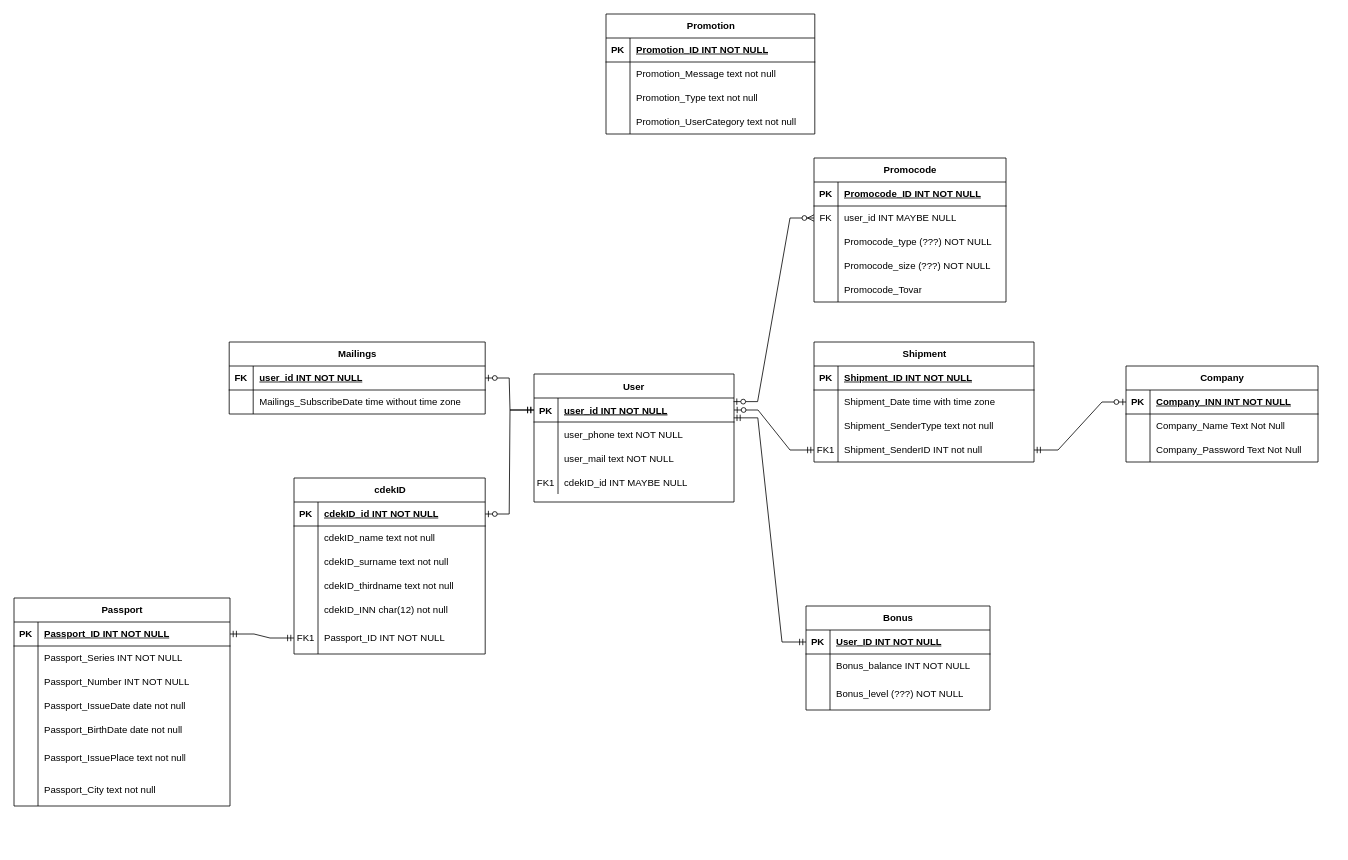
krbyhome/UMLdiagrams keeps this draw.io diagram as CDEK ER.drawio. Above is the earlier version. Source tidied: cells renumbered, new cells numbered last; positions are measured from the earlier drawing's top-left corner, leaving out a move shared by most shapes. Both pictures are drawn from the tidied source at 80%, with x=0, y=0 at pixel (14, 14).
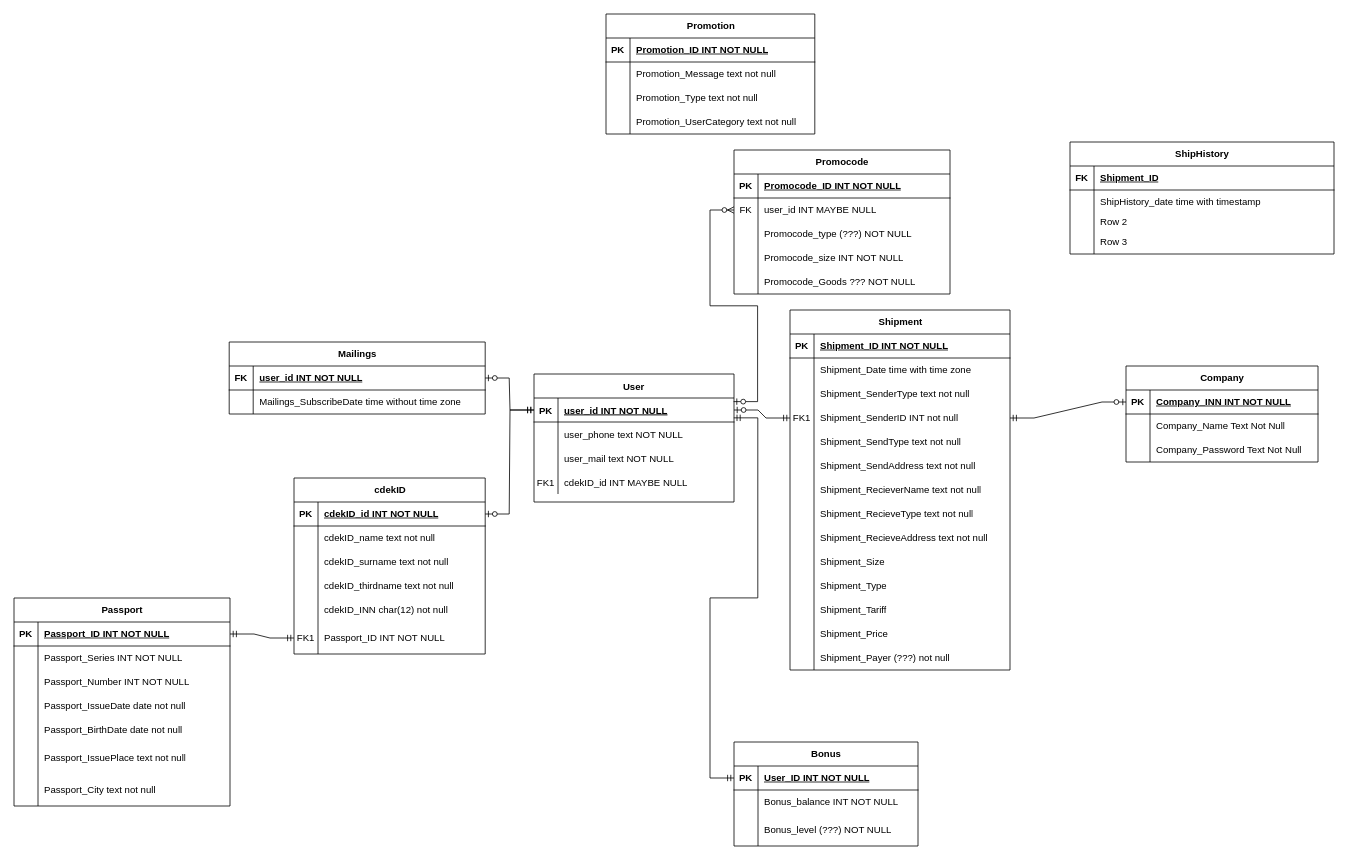
The same diagram, later.

The change refers to these unchanged cells:
```xml
<mxCell id="3" style="shape=partialRectangle;fillColor=none;points=[[0,0.5],[1,0.5]];portConstraint=eastwest;top=0;left=0;right=0;bottom=1;" parent="2" vertex="1">
  <mxGeometry y="30" width="250" height="30" as="geometry" />
</mxCell>
<mxCell id="58" style="shape=tableRow;horizontal=0;startSize=0;swimlaneHead=0;swimlaneBody=0;fillColor=none;points=[[0,0.5],[1,0.5]];portConstraint=eastwest;top=0;left=0;right=0;bottom=1;" parent="57" vertex="1">
  <mxGeometry y="30" width="240" height="30" as="geometry" />
</mxCell>
<mxCell id="127" style="shape=tableRow;horizontal=0;startSize=0;swimlaneHead=0;swimlaneBody=0;fillColor=none;points=[[0,0.5],[1,0.5]];portConstraint=eastwest;top=0;left=0;right=0;bottom=0;" parent="117" vertex="1">
  <mxGeometry y="120" width="275" height="30" as="geometry" />
</mxCell>
```

The edit, as a diff of the source:
```diff
@@
     <mxCell id="87" value="Promocode" style="shape=table;startSize=30;childLayout=tableLayout;rowLines=0;fontStyle=1;align=center;html=1;" parent="1" vertex="1">
-      <mxGeometry x="1000" y="180" width="240" height="180" as="geometry" />
+      <mxGeometry x="900" y="170" width="270" height="180" as="geometry" />
     </mxCell>
     <mxCell id="88" style="shape=tableRow;horizontal=0;startSize=0;swimlaneHead=0;swimlaneBody=0;fillColor=none;top=0;left=0;right=0;bottom=1;" parent="87" vertex="1">
-      <mxGeometry y="30" width="240" height="30" as="geometry" />
+      <mxGeometry y="30" width="270" height="30" as="geometry" />
     </mxCell>
@@
     <mxCell id="90" value="Promocode_ID INT NOT NULL" style="shape=partialRectangle;fillColor=none;top=0;left=0;bottom=0;right=0;align=left;spacingLeft=6;fontStyle=5;overflow=hidden;whiteSpace=wrap;html=1;" parent="88" vertex="1">
-      <mxGeometry x="30" width="210" height="30" as="geometry" />
+      <mxGeometry x="30" width="240" height="30" as="geometry" />
     </mxCell>
     <mxCell id="91" style="shape=tableRow;horizontal=0;startSize=0;swimlaneHead=0;swimlaneBody=0;fillColor=none;points=[[0,0.5],[1,0.5]];portConstraint=eastwest;top=0;left=0;right=0;bottom=0;" parent="87" vertex="1">
-      <mxGeometry y="60" width="240" height="30" as="geometry" />
+      <mxGeometry y="60" width="270" height="30" as="geometry" />
     </mxCell>
@@
     <mxCell id="93" value="user_id INT MAYBE NULL" style="shape=partialRectangle;fillColor=none;top=0;left=0;bottom=0;right=0;align=left;spacingLeft=6;overflow=hidden;whiteSpace=wrap;html=1;" parent="91" vertex="1">
-      <mxGeometry x="30" width="210" height="30" as="geometry" />
+      <mxGeometry x="30" width="240" height="30" as="geometry" />
     </mxCell>
     <mxCell id="94" style="shape=tableRow;horizontal=0;startSize=0;swimlaneHead=0;swimlaneBody=0;fillColor=none;top=0;left=0;right=0;bottom=0;" parent="87" vertex="1">
-      <mxGeometry y="90" width="240" height="30" as="geometry" />
+      <mxGeometry y="90" width="270" height="30" as="geometry" />
     </mxCell>
@@
     <mxCell id="96" value="Promocode_type (???) NOT NULL" style="shape=partialRectangle;fillColor=none;top=0;left=0;bottom=0;right=0;align=left;spacingLeft=6;overflow=hidden;whiteSpace=wrap;html=1;" parent="94" vertex="1">
-      <mxGeometry x="30" width="210" height="30" as="geometry" />
+      <mxGeometry x="30" width="240" height="30" as="geometry" />
     </mxCell>
     <mxCell id="97" style="shape=tableRow;horizontal=0;startSize=0;swimlaneHead=0;swimlaneBody=0;fillColor=none;top=0;left=0;right=0;bottom=0;" parent="87" vertex="1">
-      <mxGeometry y="120" width="240" height="30" as="geometry" />
+      <mxGeometry y="120" width="270" height="30" as="geometry" />
     </mxCell>
@@
-    <mxCell id="99" value="Promocode_size (???) NOT NULL" style="shape=partialRectangle;fillColor=none;top=0;left=0;bottom=0;right=0;align=left;spacingLeft=6;overflow=hidden;whiteSpace=wrap;html=1;" parent="97" vertex="1">
-      <mxGeometry x="30" width="210" height="30" as="geometry" />
+    <mxCell id="99" value="Promocode_size INT NOT NULL" style="shape=partialRectangle;fillColor=none;top=0;left=0;bottom=0;right=0;align=left;spacingLeft=6;overflow=hidden;whiteSpace=wrap;html=1;" parent="97" vertex="1">
+      <mxGeometry x="30" width="240" height="30" as="geometry" />
     </mxCell>
     <mxCell id="100" style="shape=tableRow;horizontal=0;startSize=0;swimlaneHead=0;swimlaneBody=0;fillColor=none;top=0;left=0;right=0;bottom=0;" parent="87" vertex="1">
-      <mxGeometry y="150" width="240" height="30" as="geometry" />
+      <mxGeometry y="150" width="270" height="30" as="geometry" />
     </mxCell>
@@
-    <mxCell id="102" value="Promocode_Tovar" style="shape=partialRectangle;fillColor=none;top=0;left=0;bottom=0;right=0;align=left;spacingLeft=6;overflow=hidden;whiteSpace=wrap;html=1;" parent="100" vertex="1">
-      <mxGeometry x="30" width="210" height="30" as="geometry" />
+    <mxCell id="102" value="Promocode_Goods ??? NOT NULL" style="shape=partialRectangle;fillColor=none;top=0;left=0;bottom=0;right=0;align=left;spacingLeft=6;overflow=hidden;whiteSpace=wrap;html=1;" parent="100" vertex="1">
+      <mxGeometry x="30" width="240" height="30" as="geometry" />
     </mxCell>
@@
     <mxCell id="104" value="Bonus" style="shape=table;startSize=30;childLayout=tableLayout;rowLines=0;fontStyle=1;align=center;html=1;" parent="1" vertex="1">
-      <mxGeometry x="990" y="740" width="230" height="130" as="geometry" />
+      <mxGeometry x="900" y="910" width="230" height="130" as="geometry" />
     </mxCell>
@@
     <mxCell id="117" value="Shipment" style="shape=table;startSize=30;childLayout=tableLayout;rowLines=0;fontStyle=1;align=center;html=1;" parent="1" vertex="1">
-      <mxGeometry x="1000" y="410" width="275" height="150" as="geometry" />
+      <mxGeometry x="970" y="370" width="275" height="450" as="geometry" />
     </mxCell>
@@
+    <mxCell id="132" style="shape=tableRow;horizontal=0;startSize=0;swimlaneHead=0;swimlaneBody=0;fillColor=none;top=0;left=0;right=0;bottom=0;" parent="117" vertex="1">
+      <mxGeometry y="150" width="275" height="30" as="geometry" />
+    </mxCell>
+    <mxCell id="133" style="shape=partialRectangle;fillColor=none;top=0;left=0;bottom=0;right=0;overflow=hidden;whiteSpace=wrap;html=1;" parent="132" vertex="1">
+      <mxGeometry width="30" height="30" as="geometry" />
+    </mxCell>
+    <mxCell id="134" value="Shipment_SendType text not null" style="shape=partialRectangle;fillColor=none;top=0;left=0;bottom=0;right=0;align=left;spacingLeft=6;overflow=hidden;whiteSpace=wrap;html=1;" parent="132" vertex="1">
+      <mxGeometry x="30" width="245" height="30" as="geometry" />
+    </mxCell>
+    <mxCell id="135" style="shape=tableRow;horizontal=0;startSize=0;swimlaneHead=0;swimlaneBody=0;fillColor=none;top=0;left=0;right=0;bottom=0;" parent="117" vertex="1">
+      <mxGeometry y="180" width="275" height="30" as="geometry" />
+    </mxCell>
+    <mxCell id="136" style="shape=partialRectangle;fillColor=none;top=0;left=0;bottom=0;right=0;overflow=hidden;whiteSpace=wrap;html=1;" parent="135" vertex="1">
+      <mxGeometry width="30" height="30" as="geometry" />
+    </mxCell>
+    <mxCell id="137" value="Shipment_SendAddress text not null" style="shape=partialRectangle;fillColor=none;top=0;left=0;bottom=0;right=0;align=left;spacingLeft=6;overflow=hidden;whiteSpace=wrap;html=1;" parent="135" vertex="1">
+      <mxGeometry x="30" width="245" height="30" as="geometry" />
+    </mxCell>
+    <mxCell id="138" style="shape=tableRow;horizontal=0;startSize=0;swimlaneHead=0;swimlaneBody=0;fillColor=none;top=0;left=0;right=0;bottom=0;" parent="117" vertex="1">
+      <mxGeometry y="210" width="275" height="30" as="geometry" />
+    </mxCell>
+    <mxCell id="139" style="shape=partialRectangle;fillColor=none;top=0;left=0;bottom=0;right=0;overflow=hidden;whiteSpace=wrap;html=1;" parent="138" vertex="1">
+      <mxGeometry width="30" height="30" as="geometry" />
+    </mxCell>
+    <mxCell id="140" value="Shipment_RecieverName text not null" style="shape=partialRectangle;fillColor=none;top=0;left=0;bottom=0;right=0;align=left;spacingLeft=6;overflow=hidden;whiteSpace=wrap;html=1;" parent="138" vertex="1">
+      <mxGeometry x="30" width="245" height="30" as="geometry" />
+    </mxCell>
+    <mxCell id="141" style="shape=tableRow;horizontal=0;startSize=0;swimlaneHead=0;swimlaneBody=0;fillColor=none;top=0;left=0;right=0;bottom=0;" parent="117" vertex="1">
+      <mxGeometry y="240" width="275" height="30" as="geometry" />
+    </mxCell>
+    <mxCell id="142" style="shape=partialRectangle;fillColor=none;top=0;left=0;bottom=0;right=0;overflow=hidden;whiteSpace=wrap;html=1;" parent="141" vertex="1">
+      <mxGeometry width="30" height="30" as="geometry" />
+    </mxCell>
+    <mxCell id="143" value="Shipment_RecieveType text not null" style="shape=partialRectangle;fillColor=none;top=0;left=0;bottom=0;right=0;align=left;spacingLeft=6;overflow=hidden;whiteSpace=wrap;html=1;" parent="141" vertex="1">
+      <mxGeometry x="30" width="245" height="30" as="geometry" />
+    </mxCell>
+    <mxCell id="144" style="shape=tableRow;horizontal=0;startSize=0;swimlaneHead=0;swimlaneBody=0;fillColor=none;top=0;left=0;right=0;bottom=0;" parent="117" vertex="1">
+      <mxGeometry y="270" width="275" height="30" as="geometry" />
+    </mxCell>
+    <mxCell id="145" style="shape=partialRectangle;fillColor=none;top=0;left=0;bottom=0;right=0;overflow=hidden;whiteSpace=wrap;html=1;" parent="144" vertex="1">
+      <mxGeometry width="30" height="30" as="geometry" />
+    </mxCell>
+    <mxCell id="146" value="Shipment_RecieveAddress text not null" style="shape=partialRectangle;fillColor=none;top=0;left=0;bottom=0;right=0;align=left;spacingLeft=6;overflow=hidden;whiteSpace=wrap;html=1;" parent="144" vertex="1">
+      <mxGeometry x="30" width="245" height="30" as="geometry" />
+    </mxCell>
+    <mxCell id="147" style="shape=tableRow;horizontal=0;startSize=0;swimlaneHead=0;swimlaneBody=0;fillColor=none;top=0;left=0;right=0;bottom=0;" parent="117" vertex="1">
+      <mxGeometry y="300" width="275" height="30" as="geometry" />
+    </mxCell>
+    <mxCell id="148" style="shape=partialRectangle;fillColor=none;top=0;left=0;bottom=0;right=0;overflow=hidden;whiteSpace=wrap;html=1;" parent="147" vertex="1">
+      <mxGeometry width="30" height="30" as="geometry" />
+    </mxCell>
+    <mxCell id="149" value="Shipment_Size" style="shape=partialRectangle;fillColor=none;top=0;left=0;bottom=0;right=0;align=left;spacingLeft=6;overflow=hidden;whiteSpace=wrap;html=1;" parent="147" vertex="1">
+      <mxGeometry x="30" width="245" height="30" as="geometry" />
+    </mxCell>
+    <mxCell id="150" style="shape=tableRow;horizontal=0;startSize=0;swimlaneHead=0;swimlaneBody=0;fillColor=none;top=0;left=0;right=0;bottom=0;" parent="117" vertex="1">
+      <mxGeometry y="330" width="275" height="30" as="geometry" />
+    </mxCell>
+    <mxCell id="151" style="shape=partialRectangle;fillColor=none;top=0;left=0;bottom=0;right=0;overflow=hidden;whiteSpace=wrap;html=1;" parent="150" vertex="1">
+      <mxGeometry width="30" height="30" as="geometry" />
+    </mxCell>
+    <mxCell id="152" value="Shipment_Type" style="shape=partialRectangle;fillColor=none;top=0;left=0;bottom=0;right=0;align=left;spacingLeft=6;overflow=hidden;whiteSpace=wrap;html=1;" parent="150" vertex="1">
+      <mxGeometry x="30" width="245" height="30" as="geometry" />
+    </mxCell>
+    <mxCell id="153" style="shape=tableRow;horizontal=0;startSize=0;swimlaneHead=0;swimlaneBody=0;fillColor=none;top=0;left=0;right=0;bottom=0;" parent="117" vertex="1">
+      <mxGeometry y="360" width="275" height="30" as="geometry" />
+    </mxCell>
+    <mxCell id="154" style="shape=partialRectangle;fillColor=none;top=0;left=0;bottom=0;right=0;overflow=hidden;whiteSpace=wrap;html=1;" parent="153" vertex="1">
+      <mxGeometry width="30" height="30" as="geometry" />
+    </mxCell>
+    <mxCell id="155" value="Shipment_Tariff" style="shape=partialRectangle;fillColor=none;top=0;left=0;bottom=0;right=0;align=left;spacingLeft=6;overflow=hidden;whiteSpace=wrap;html=1;" parent="153" vertex="1">
+      <mxGeometry x="30" width="245" height="30" as="geometry" />
+    </mxCell>
+    <mxCell id="156" style="shape=tableRow;horizontal=0;startSize=0;swimlaneHead=0;swimlaneBody=0;fillColor=none;top=0;left=0;right=0;bottom=0;" parent="117" vertex="1">
+      <mxGeometry y="390" width="275" height="30" as="geometry" />
+    </mxCell>
+    <mxCell id="157" style="shape=partialRectangle;fillColor=none;top=0;left=0;bottom=0;right=0;overflow=hidden;whiteSpace=wrap;html=1;" parent="156" vertex="1">
+      <mxGeometry width="30" height="30" as="geometry" />
+    </mxCell>
+    <mxCell id="158" value="Shipment_Price&amp;nbsp;" style="shape=partialRectangle;fillColor=none;top=0;left=0;bottom=0;right=0;align=left;spacingLeft=6;overflow=hidden;whiteSpace=wrap;html=1;" parent="156" vertex="1">
+      <mxGeometry x="30" width="245" height="30" as="geometry" />
+    </mxCell>
+    <mxCell id="159" style="shape=tableRow;horizontal=0;startSize=0;swimlaneHead=0;swimlaneBody=0;fillColor=none;top=0;left=0;right=0;bottom=0;" parent="117" vertex="1">
+      <mxGeometry y="420" width="275" height="30" as="geometry" />
+    </mxCell>
+    <mxCell id="160" style="shape=partialRectangle;fillColor=none;top=0;left=0;bottom=0;right=0;overflow=hidden;whiteSpace=wrap;html=1;" parent="159" vertex="1">
+      <mxGeometry width="30" height="30" as="geometry" />
+    </mxCell>
+    <mxCell id="161" value="Shipment_Payer (???) not null" style="shape=partialRectangle;fillColor=none;top=0;left=0;bottom=0;right=0;align=left;spacingLeft=6;overflow=hidden;whiteSpace=wrap;html=1;" parent="159" vertex="1">
+      <mxGeometry x="30" width="245" height="30" as="geometry" />
+    </mxCell>
-    <mxCell id="130" style="edgeStyle=entityRelationEdgeStyle;fontSize=12;html=1;endArrow=ERzeroToOne;startArrow=ERmandOne;rounded=0;exitX=0;exitY=0.5;exitDx=0;exitDy=0;entryX=1;entryY=0.5;entryDx=0;entryDy=0;" parent="1" edge="1" source="127" target="3">
+    <mxCell id="130" style="edgeStyle=entityRelationEdgeStyle;fontSize=12;html=1;endArrow=ERzeroToOne;startArrow=ERmandOne;rounded=0;entryX=1;entryY=0.5;entryDx=0;entryDy=0;exitX=0;exitY=0.5;exitDx=0;exitDy=0;" parent="1" edge="1" source="127" target="3">
       <mxGeometry relative="1" as="geometry" />
     </mxCell>
-    <mxCell id="131" style="edgeStyle=entityRelationEdgeStyle;fontSize=12;html=1;endArrow=ERzeroToOne;startArrow=ERmandOne;rounded=0;exitX=1;exitY=0.5;exitDx=0;exitDy=0;entryX=0;entryY=0.5;entryDx=0;entryDy=0;" parent="1" edge="1" source="127" target="58">
+    <mxCell id="131" style="edgeStyle=entityRelationEdgeStyle;fontSize=12;html=1;endArrow=ERzeroToOne;startArrow=ERmandOne;rounded=0;entryX=0;entryY=0.5;entryDx=0;entryDy=0;exitX=1;exitY=0.5;exitDx=0;exitDy=0;" parent="1" edge="1" source="127" target="58">
       <mxGeometry relative="1" as="geometry" />
     </mxCell>
+    <mxCell id="162" value="ShipHistory" style="shape=table;startSize=30;childLayout=tableLayout;rowLines=0;fontStyle=1;align=center;html=1;" parent="1" vertex="1">
+      <mxGeometry x="1320" y="160" width="330" height="140" as="geometry" />
+    </mxCell>
+    <mxCell id="163" style="shape=tableRow;horizontal=0;startSize=0;swimlaneHead=0;swimlaneBody=0;fillColor=none;top=0;left=0;right=0;bottom=1;" parent="162" vertex="1">
+      <mxGeometry y="30" width="330" height="30" as="geometry" />
+    </mxCell>
+    <mxCell id="164" value="FK" style="shape=partialRectangle;fillColor=none;top=0;left=0;bottom=0;right=0;fontStyle=1;overflow=hidden;whiteSpace=wrap;html=1;" parent="163" vertex="1">
+      <mxGeometry width="30" height="30" as="geometry" />
+    </mxCell>
+    <mxCell id="165" value="Shipment_ID" style="shape=partialRectangle;fillColor=none;top=0;left=0;bottom=0;right=0;align=left;spacingLeft=6;fontStyle=5;overflow=hidden;whiteSpace=wrap;html=1;" parent="163" vertex="1">
+      <mxGeometry x="30" width="300" height="30" as="geometry" />
+    </mxCell>
+    <mxCell id="166" style="shape=tableRow;horizontal=0;startSize=0;swimlaneHead=0;swimlaneBody=0;fillColor=none;top=0;left=0;right=0;bottom=0;" parent="162" vertex="1">
+      <mxGeometry y="60" width="330" height="30" as="geometry" />
+    </mxCell>
+    <mxCell id="167" style="shape=partialRectangle;fillColor=none;top=0;left=0;bottom=0;right=0;overflow=hidden;whiteSpace=wrap;html=1;" parent="166" vertex="1">
+      <mxGeometry width="30" height="30" as="geometry" />
+    </mxCell>
+    <mxCell id="168" value="ShipHistory_date time with timestamp" style="shape=partialRectangle;fillColor=none;top=0;left=0;bottom=0;right=0;align=left;spacingLeft=6;overflow=hidden;whiteSpace=wrap;html=1;" parent="166" vertex="1">
+      <mxGeometry x="30" width="300" height="30" as="geometry" />
+    </mxCell>
+    <mxCell id="169" style="shape=tableRow;horizontal=0;startSize=0;swimlaneHead=0;swimlaneBody=0;fillColor=none;top=0;left=0;right=0;bottom=0;" parent="162" vertex="1">
+      <mxGeometry y="90" width="330" height="20" as="geometry" />
+    </mxCell>
+    <mxCell id="170" style="shape=partialRectangle;fillColor=none;top=0;left=0;bottom=0;right=0;overflow=hidden;whiteSpace=wrap;html=1;" parent="169" vertex="1">
+      <mxGeometry width="30" height="20" as="geometry" />
+    </mxCell>
+    <mxCell id="171" value="Row 2" style="shape=partialRectangle;fillColor=none;top=0;left=0;bottom=0;right=0;align=left;spacingLeft=6;overflow=hidden;whiteSpace=wrap;html=1;" parent="169" vertex="1">
+      <mxGeometry x="30" width="300" height="20" as="geometry" />
+    </mxCell>
+    <mxCell id="172" style="shape=tableRow;horizontal=0;startSize=0;swimlaneHead=0;swimlaneBody=0;fillColor=none;top=0;left=0;right=0;bottom=0;" parent="162" vertex="1">
+      <mxGeometry y="110" width="330" height="30" as="geometry" />
+    </mxCell>
+    <mxCell id="173" style="shape=partialRectangle;fillColor=none;top=0;left=0;bottom=0;right=0;overflow=hidden;whiteSpace=wrap;html=1;" parent="172" vertex="1">
+      <mxGeometry width="30" height="30" as="geometry" />
+    </mxCell>
+    <mxCell id="174" value="Row 3" style="shape=partialRectangle;fillColor=none;top=0;left=0;bottom=0;right=0;align=left;spacingLeft=6;overflow=hidden;whiteSpace=wrap;html=1;" parent="172" vertex="1">
+      <mxGeometry x="30" width="300" height="30" as="geometry" />
+    </mxCell>
```
